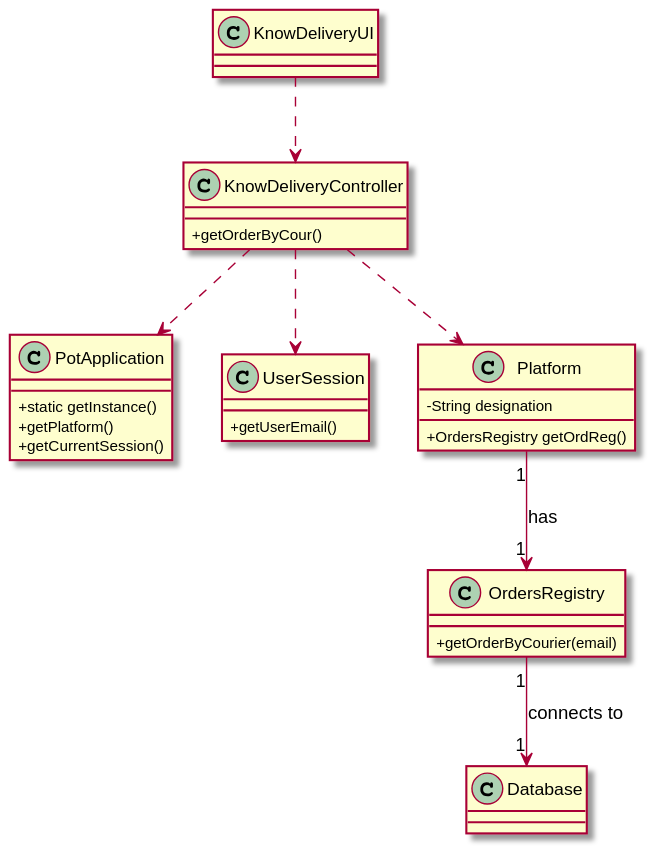
The PlantUML diagram docs/Iteration 1/Delivery Management/US48_KnowDelivery/US48_CD.svg in tiagoavcosta25/LAPR3, before a commit.
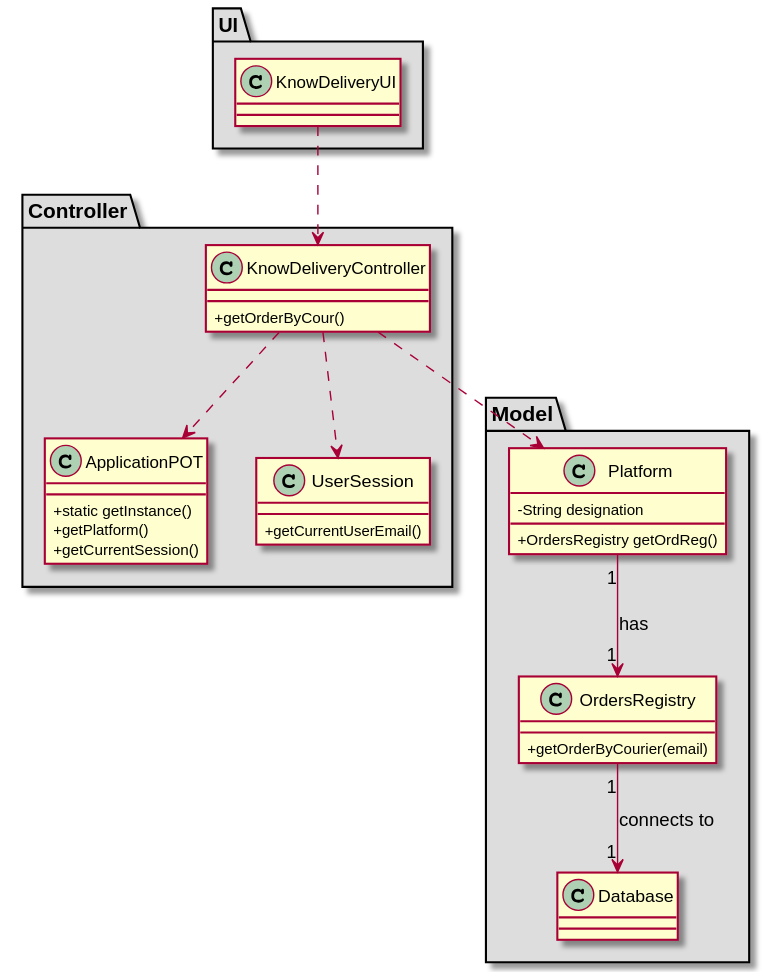
After the commit.

Change to the diagram source:
```diff
@@ -1,7 +1,8 @@
 @startuml
 skinparam classAttributeIconSize 0
 
-class PotApplication
+package "Controller" #DDDDDD {
+class ApplicationPOT
 {
   +static getInstance()
   +getPlatform()
@@ -10,16 +11,18 @@
 
 class UserSession
 {
-  +getUserEmail()
+  +getCurrentUserEmail()
 }
+class KnowDeliveryController{
++getOrderByCour()
+}
+}
+package "UI" #DDDDDD {
 class KnowDeliveryUI{
 
 }
-
-class KnowDeliveryController{
-+getOrderByCour()
 }
-
+package "Model" #DDDDDD {
 class Platform {
   -String designation
   +OrdersRegistry getOrdReg()
@@ -28,11 +31,13 @@
 class OrdersRegistry{
 +getOrderByCourier(email)
 }
-
+class Database{
+}
+}
 
 KnowDeliveryUI ..> KnowDeliveryController
 KnowDeliveryController ..> Platform
-KnowDeliveryController ..> PotApplication
+KnowDeliveryController ..> ApplicationPOT
 KnowDeliveryController ..> UserSession
 Platform "1" --> "1" OrdersRegistry : has
 OrdersRegistry "1" --> "1" Database : connects to
```
